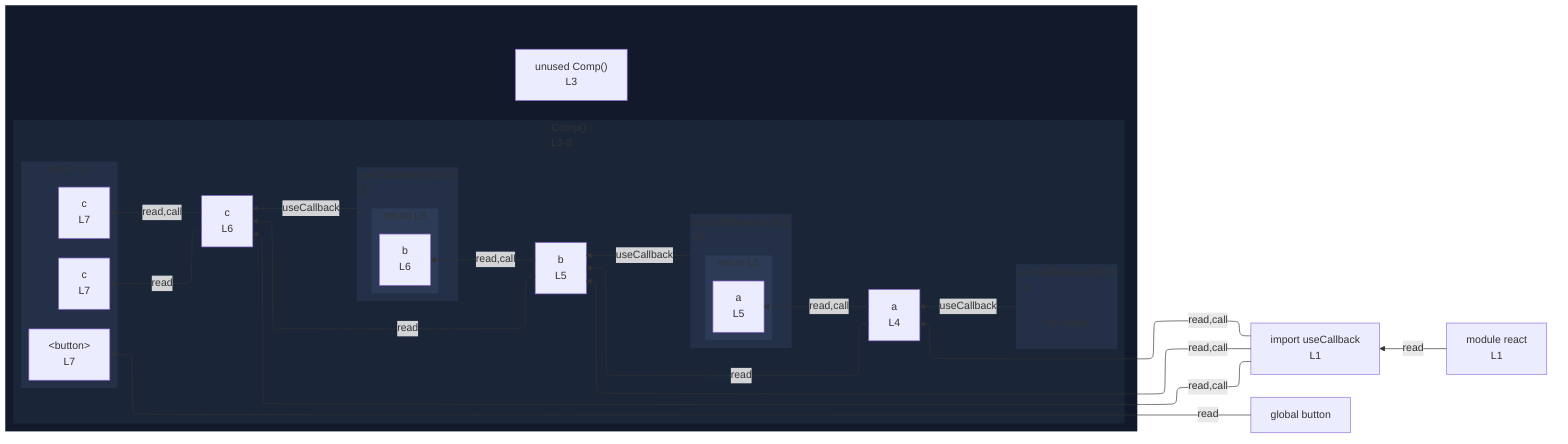
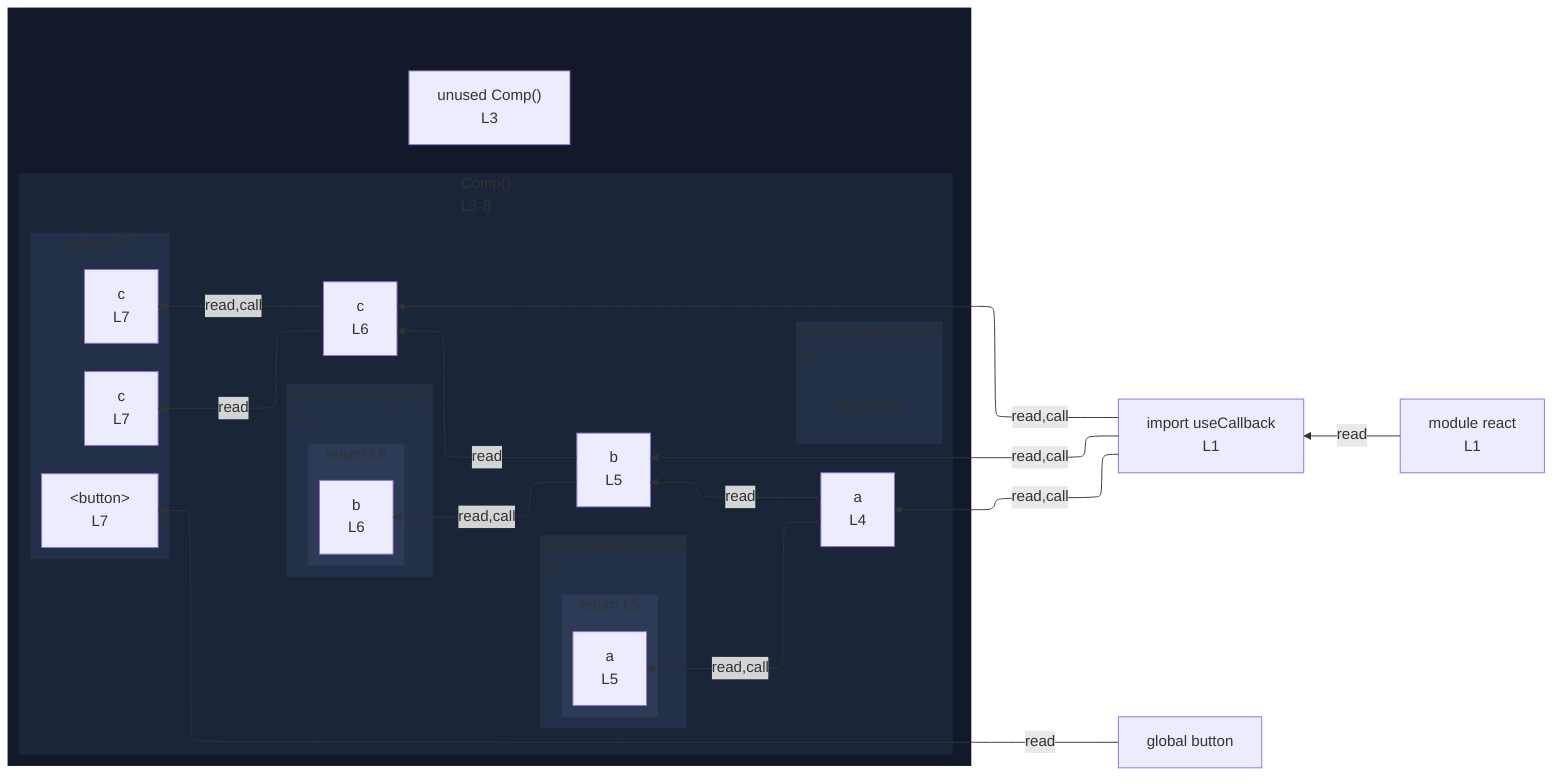
%%{init: {"flowchart": {"defaultRenderer": "elk"}}}%%
flowchart RL
  n_scope_0_useCallback_9["import useCallback<br/>L1"]
  n_scope_0_button_197["global button"]
  subgraph wrap_s_scope_1[" "]
    direction TB
    n_scope_0_Comp_44["unused Comp()<br/>L3"]
    subgraph s_scope_1["Comp()<br/>L3-8"]
      direction RL
      n_scope_1_a_67["a<br/>L4"]
      n_scope_1_b_105["b<br/>L5"]
      n_scope_1_c_150["c<br/>L6"]
      subgraph s_scope_2["useCallback(args[0])<br/>L4"]
        direction RL
        elk_empty_s_scope_2["No nodes"]
      end
      subgraph s_scope_3["useCallback(args[0])<br/>L5"]
        direction RL
        subgraph s_return_scope_0_Comp_44_127_134["return L5"]
          direction RL
          ret_use_ref_5["a<br/>L5"]
        end
      end
      subgraph s_scope_4["useCallback(args[0])<br/>L6"]
        direction RL
        subgraph s_return_scope_0_Comp_44_172_179["return L6"]
          direction RL
          ret_use_ref_9["b<br/>L6"]
        end
      end
      subgraph s_return_scope_0_Comp_44_189_231["return L7"]
        direction RL
        ret_use_ref_11["&lt;button&gt;<br/>L7"]
        ret_use_ref_12["c<br/>L7"]
        ret_use_ref_13["c<br/>L7"]
      end
    end
  end
  n_scope_0_useCallback_9 -->|read,call| n_scope_1_a_67
  n_scope_0_useCallback_9 -->|read,call| n_scope_1_b_105
  n_scope_1_a_67 -->|read,call| ret_use_ref_5
  n_scope_1_a_67 -->|read| n_scope_1_b_105
  n_scope_0_useCallback_9 -->|read,call| n_scope_1_c_150
  n_scope_1_b_105 -->|read,call| ret_use_ref_9
  n_scope_1_b_105 -->|read| n_scope_1_c_150
  n_scope_0_button_197 -->|read| ret_use_ref_11
  n_scope_1_c_150 -->|read| ret_use_ref_12
  n_scope_1_c_150 -->|read,call| ret_use_ref_13
-   s_scope_2 -->|useCallback| n_scope_1_a_67
-   s_scope_3 -->|useCallback| n_scope_1_b_105
-   s_scope_4 -->|useCallback| n_scope_1_c_150
  mod_react["module react<br/>L1"]
  mod_react -->|read| n_scope_0_useCallback_9
  classDef nestL1 fill:#11192a,stroke:transparent;
  class wrap_s_scope_1 nestL1;
  classDef nestL2 fill:#1a2538,stroke:transparent;
  class s_scope_1 nestL2;
  classDef nestL3 fill:#243047,stroke:transparent;
  class s_scope_2 nestL3;
  class s_scope_3 nestL3;
  class s_scope_4 nestL3;
  class s_return_scope_0_Comp_44_189_231 nestL3;
  classDef nestL4 fill:#2d3b57,stroke:transparent;
  class s_return_scope_0_Comp_44_127_134 nestL4;
  class s_return_scope_0_Comp_44_172_179 nestL4;
  classDef elkEmptyPlaceholder fill:transparent,stroke:transparent;
  class elk_empty_s_scope_2 elkEmptyPlaceholder;
